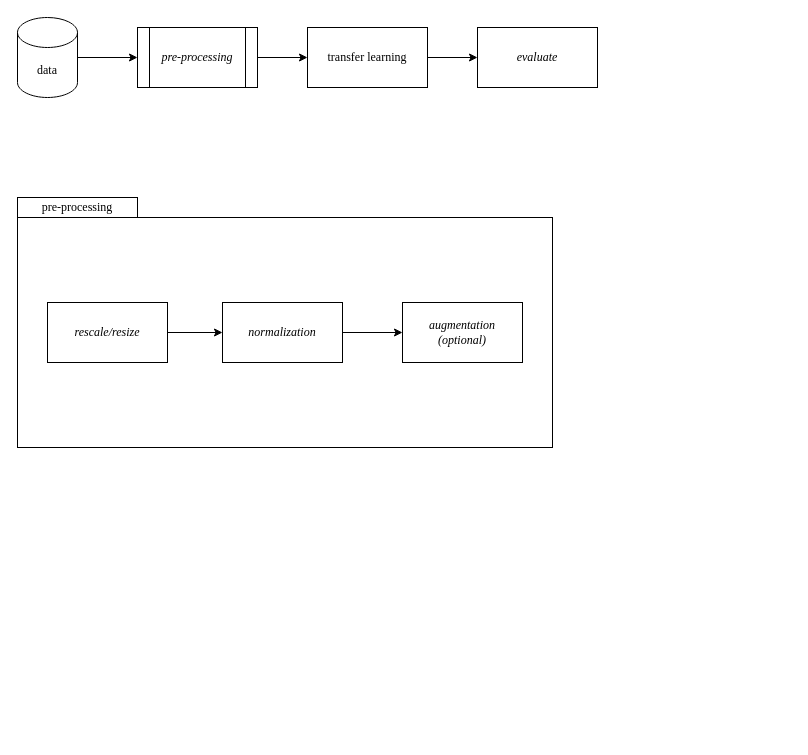
Earlier version of the draw.io diagram proposal/diagram.drawio (caesariodito/k-thesis). Source tidied: cells renumbered, new cells numbered last; positions are measured from the earlier drawing's top-left corner, leaving out a move shared by most shapes. Both pictures are drawn from the tidied source at 100%, with x=0, y=0 at pixel (17, 17).
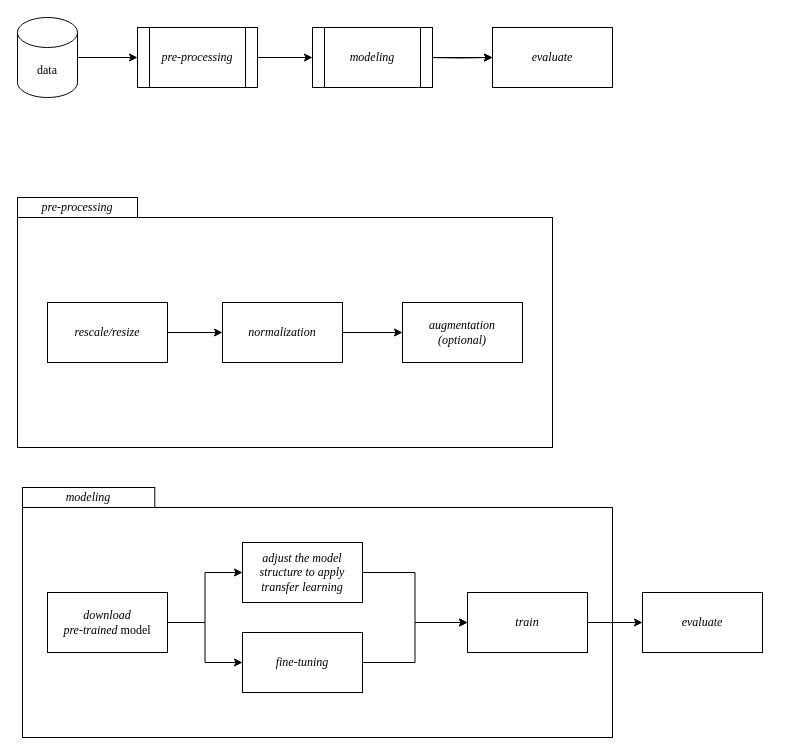
The same diagram, later.

Unchanged cells that the change refers to:
```xml
<mxCell id="5" value="&lt;i&gt;&lt;font face=&quot;Times New Roman&quot;&gt;pre-processing&lt;/font&gt;&lt;/i&gt;" style="shape=process;whiteSpace=wrap;html=1;backgroundOutline=1;" parent="1" vertex="1">
  <mxGeometry x="120" y="10" width="120" height="60" as="geometry" />
</mxCell>
<mxCell id="9" style="group;" parent="1" vertex="1">
  <mxGeometry y="180" width="535" height="250" as="geometry" />
</mxCell>
```

What changed in the source:
```diff
@@
-    <mxCell id="4" style="edgeStyle=orthogonalEdgeStyle;rounded=0;jettySize=auto;html=1;entryX=0;entryY=0.5;entryDx=0;entryDy=0;" parent="1" edge="1" source="5" target="8">
+    <mxCell id="4" style="edgeStyle=orthogonalEdgeStyle;rounded=0;jettySize=auto;html=1;entryX=0;entryY=0.5;entryDx=0;entryDy=0;" parent="1" edge="1" source="5" target="18">
       <mxGeometry relative="1" as="geometry" />
     </mxCell>
@@
-    <mxCell id="6" style="edgeStyle=orthogonalEdgeStyle;rounded=0;jettySize=auto;html=1;exitX=1;exitY=0.5;exitDx=0;exitDy=0;" parent="1" edge="1" source="8" target="7">
-      <mxGeometry relative="1" as="geometry" />
+    <mxCell id="6" style="edgeStyle=orthogonalEdgeStyle;rounded=0;jettySize=auto;html=1;exitX=1;exitY=0.5;exitDx=0;exitDy=0;" parent="1" edge="1" target="7">
+      <mxGeometry relative="1" as="geometry">
+        <mxPoint x="410" y="40" as="sourcePoint" />
+      </mxGeometry>
     </mxCell>
     <mxCell id="7" value="&lt;i&gt;&lt;font face=&quot;Times New Roman&quot;&gt;evaluate&lt;/font&gt;&lt;/i&gt;" style="rounded=0;whiteSpace=wrap;html=1;" parent="1" vertex="1">
-      <mxGeometry x="460" y="10" width="120" height="60" as="geometry" />
+      <mxGeometry x="475" y="10" width="120" height="60" as="geometry" />
     </mxCell>
-    <mxCell id="8" value="&lt;font face=&quot;Times New Roman&quot;&gt;transfer learning&lt;/font&gt;" style="rounded=0;whiteSpace=wrap;html=1;" parent="1" vertex="1">
-      <mxGeometry x="290" y="10" width="120" height="60" as="geometry" />
-    </mxCell>
@@
-    <mxCell id="16" value="&lt;font face=&quot;Times New Roman&quot;&gt;pre-processing&lt;/font&gt;" style="rounded=0;whiteSpace=wrap;html=1;" parent="9" vertex="1">
+    <mxCell id="16" value="&lt;font face=&quot;Times New Roman&quot;&gt;&lt;i&gt;pre-processing&lt;/i&gt;&lt;/font&gt;" style="rounded=0;whiteSpace=wrap;html=1;" parent="9" vertex="1">
       <mxGeometry width="120" height="20" as="geometry" />
     </mxCell>
+    <mxCell id="17" style="edgeStyle=orthogonalEdgeStyle;rounded=0;jettySize=auto;html=1;exitX=1;exitY=0.5;exitDx=0;exitDy=0;" parent="1" edge="1" source="18" target="7">
+      <mxGeometry relative="1" as="geometry" />
+    </mxCell>
+    <mxCell id="18" value="&lt;font face=&quot;Times New Roman&quot;&gt;&lt;i&gt;modeling&lt;/i&gt;&lt;/font&gt;" style="shape=process;whiteSpace=wrap;html=1;backgroundOutline=1;" parent="1" vertex="1">
+      <mxGeometry x="295" y="10" width="120" height="60" as="geometry" />
+    </mxCell>
+    <mxCell id="19" style="group;" parent="1" vertex="1">
+      <mxGeometry x="5" y="470" width="768" height="250" as="geometry" />
+    </mxCell>
+    <mxCell id="20" style="rounded=0;whiteSpace=wrap;html=1;" parent="19" vertex="1">
+      <mxGeometry y="20" width="590" height="230" as="geometry" />
+    </mxCell>
+    <mxCell id="21" style="edgeStyle=orthogonalEdgeStyle;rounded=0;orthogonalLoop=1;jettySize=auto;html=1;" parent="19" edge="1">
+      <mxGeometry relative="1" as="geometry">
+        <mxPoint x="226.1" y="135" as="targetPoint" />
+      </mxGeometry>
+    </mxCell>
+    <mxCell id="22" style="edgeStyle=orthogonalEdgeStyle;rounded=0;orthogonalLoop=1;jettySize=auto;html=1;" parent="19" edge="1">
+      <mxGeometry relative="1" as="geometry">
+        <mxPoint x="424.6" y="135" as="targetPoint" />
+      </mxGeometry>
+    </mxCell>
+    <mxCell id="23" value="&lt;font face=&quot;Times New Roman&quot;&gt;&lt;i&gt;modeling&lt;/i&gt;&lt;/font&gt;" style="rounded=0;whiteSpace=wrap;html=1;" parent="19" vertex="1">
+      <mxGeometry width="132.3" height="20" as="geometry" />
+    </mxCell>
+    <mxCell id="24" value="&lt;font face=&quot;Times New Roman&quot;&gt;&lt;i&gt;download&lt;/i&gt;&lt;br&gt;&lt;i&gt;pre-trained&lt;/i&gt;&amp;nbsp;model&lt;/font&gt;" style="rounded=0;whiteSpace=wrap;html=1;" parent="19" vertex="1">
+      <mxGeometry x="25" y="105" width="120" height="60" as="geometry" />
+    </mxCell>
+    <mxCell id="25" value="&lt;font face=&quot;Times New Roman&quot;&gt;&lt;i&gt;adjust the model structure to apply transfer learning&lt;/i&gt;&lt;/font&gt;" style="rounded=0;whiteSpace=wrap;html=1;" parent="19" vertex="1">
+      <mxGeometry x="220" y="55" width="120" height="60" as="geometry" />
+    </mxCell>
+    <mxCell id="26" value="&lt;font face=&quot;Times New Roman&quot;&gt;&lt;i&gt;train&lt;/i&gt;&lt;/font&gt;" style="rounded=0;whiteSpace=wrap;html=1;" parent="19" vertex="1">
+      <mxGeometry x="445" y="105" width="120" height="60" as="geometry" />
+    </mxCell>
+    <mxCell id="27" style="edgeStyle=orthogonalEdgeStyle;rounded=0;jettySize=auto;html=1;" parent="19" edge="1" source="24" target="25">
+      <mxGeometry relative="1" as="geometry" />
+    </mxCell>
+    <mxCell id="28" style="edgeStyle=orthogonalEdgeStyle;rounded=0;jettySize=auto;html=1;" parent="19" edge="1" source="25" target="26">
+      <mxGeometry relative="1" as="geometry" />
+    </mxCell>
+    <mxCell id="29" value="&lt;font face=&quot;Times New Roman&quot;&gt;&lt;i&gt;evaluate&lt;/i&gt;&lt;/font&gt;" style="rounded=0;whiteSpace=wrap;html=1;" parent="19" vertex="1">
+      <mxGeometry x="620" y="105" width="120" height="60" as="geometry" />
+    </mxCell>
+    <mxCell id="30" style="edgeStyle=orthogonalEdgeStyle;rounded=0;jettySize=auto;html=1;entryX=0;entryY=0.5;entryDx=0;entryDy=0;" parent="19" edge="1" source="26" target="29">
+      <mxGeometry relative="1" as="geometry" />
+    </mxCell>
+    <mxCell id="31" style="edgeStyle=orthogonalEdgeStyle;rounded=0;jettySize=auto;html=1;entryX=0;entryY=0.5;entryDx=0;entryDy=0;" parent="19" edge="1" source="32" target="26">
+      <mxGeometry relative="1" as="geometry" />
+    </mxCell>
+    <mxCell id="32" value="&lt;font face=&quot;Times New Roman&quot;&gt;&lt;i&gt;fine-tuning&lt;/i&gt;&lt;/font&gt;" style="rounded=0;whiteSpace=wrap;html=1;" parent="19" vertex="1">
+      <mxGeometry x="220" y="145" width="120" height="60" as="geometry" />
+    </mxCell>
+    <mxCell id="33" style="edgeStyle=orthogonalEdgeStyle;rounded=0;jettySize=auto;html=1;entryX=0;entryY=0.5;entryDx=0;entryDy=0;" parent="19" edge="1" source="24" target="32">
+      <mxGeometry relative="1" as="geometry" />
+    </mxCell>
```
